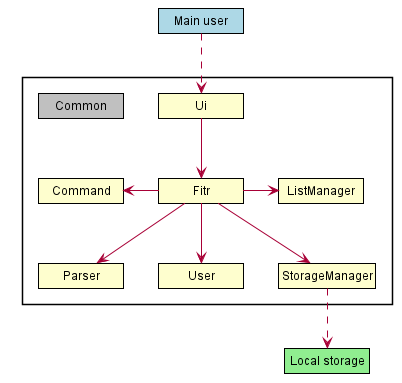
Earlier version of the PlantUML export docs/images/ArchitectureDiagram.png (nus-cs2113-AY2021S1/tp).
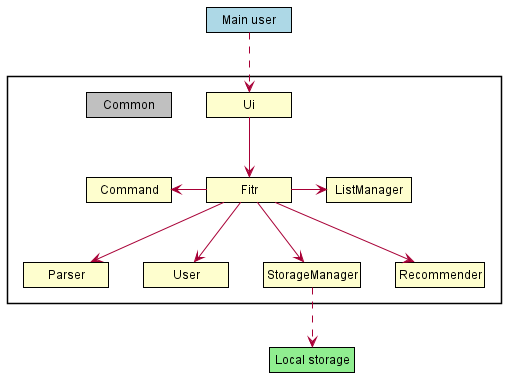
The same diagram one commit later.

Commit message:
Update architecture diagram

The edit, as a diff of the source:
```diff
@@ -23,6 +23,7 @@
     class StorageManager
     class ListManager
     class Command
+    class Recommender
     class Common #silver
 }
 
@@ -33,6 +34,7 @@
 Fitr -l-> Command
 Fitr --> StorageManager
 Fitr -> ListManager
+Fitr -d-> Recommender
 
 StorageManager ..> "Local storage"
 @enduml
```
